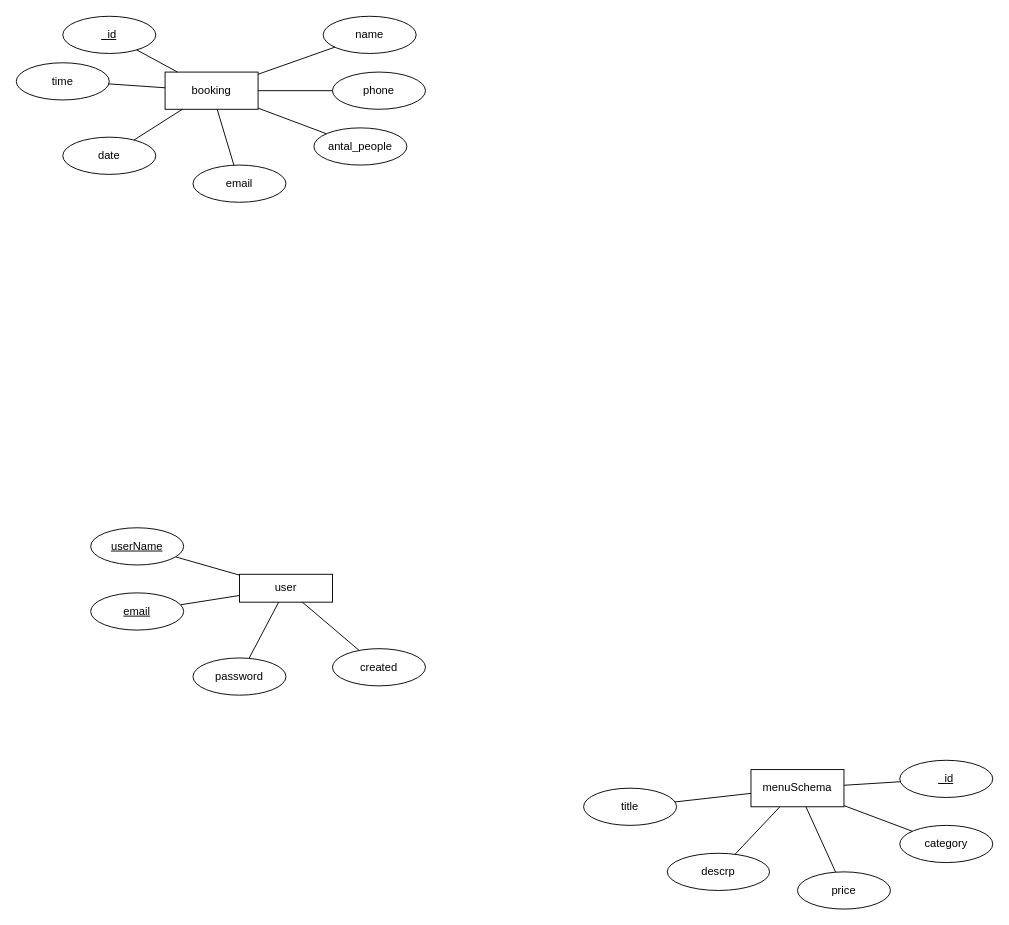
Above: ER_diagram.drawio in kashef0/API_Store_backend (draw.io), before the change. Source tidied: cells renumbered, new cells numbered last; positions are measured from the earlier drawing's top-left corner, leaving out a move shared by most shapes. Both pictures are drawn from the tidied source at 93%, with x=0, y=0 at pixel (16, 16).
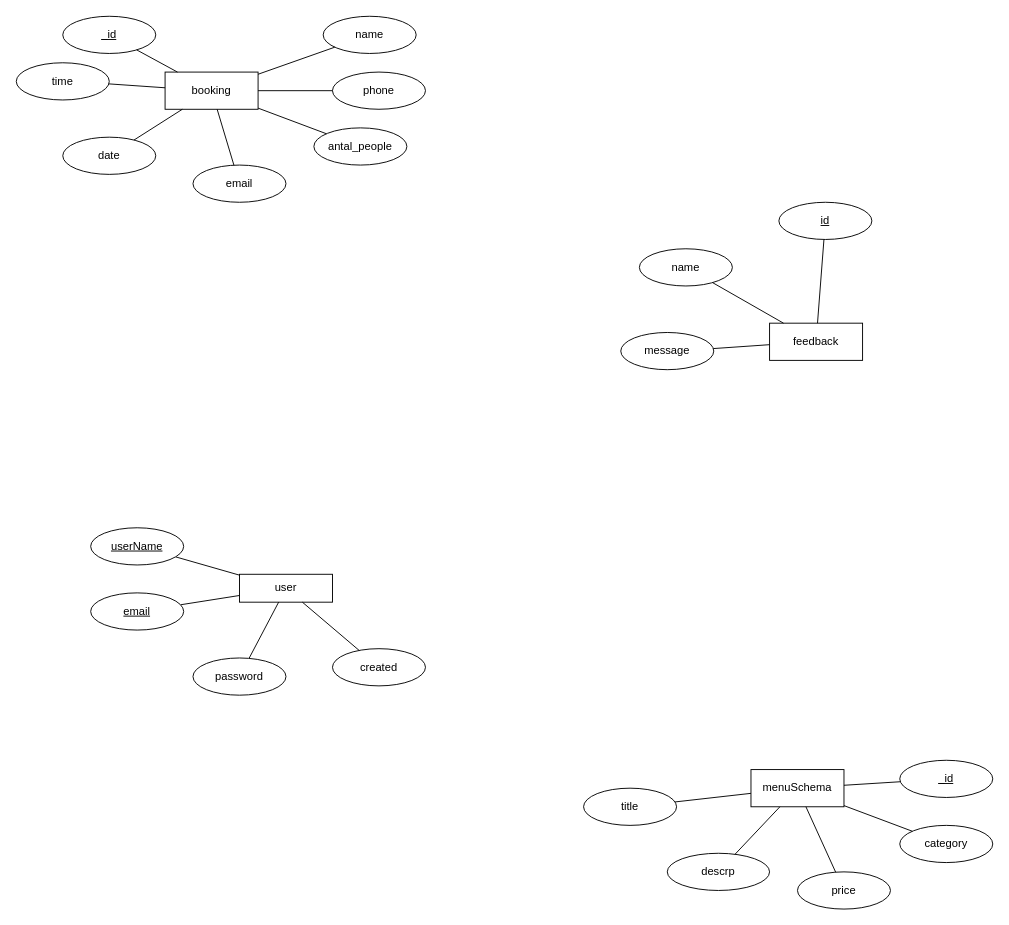
The same page after the edit.

Commit message (it also covers changes not shown here):
la till readme fil

What changed in the source:
```diff
@@
+    <mxCell id="37" value="feedback" style="whiteSpace=wrap;html=1;align=center;" parent="1" vertex="1">
+      <mxGeometry x="810" y="330" width="100" height="40" as="geometry" />
+    </mxCell>
+    <mxCell id="38" value="name" style="ellipse;whiteSpace=wrap;html=1;align=center;" parent="1" vertex="1">
+      <mxGeometry x="670" y="250" width="100" height="40" as="geometry" />
+    </mxCell>
+    <mxCell id="39" value="message" style="ellipse;whiteSpace=wrap;html=1;align=center;" parent="1" vertex="1">
+      <mxGeometry x="650" y="340" width="100" height="40" as="geometry" />
+    </mxCell>
+    <mxCell id="40" style="endArrow=none;html=1;rounded=0;" parent="1" edge="1" source="39" target="37">
+      <mxGeometry relative="1" as="geometry" />
+    </mxCell>
+    <mxCell id="41" style="endArrow=none;html=1;rounded=0;" parent="1" edge="1" source="38" target="37">
+      <mxGeometry relative="1" as="geometry" />
+    </mxCell>
+    <mxCell id="42" value="id" style="ellipse;whiteSpace=wrap;html=1;align=center;fontStyle=4;" parent="1" vertex="1">
+      <mxGeometry x="820" y="200" width="100" height="40" as="geometry" />
+    </mxCell>
+    <mxCell id="43" style="endArrow=none;html=1;rounded=0;" parent="1" edge="1" source="37" target="42">
+      <mxGeometry relative="1" as="geometry" />
+    </mxCell>
```
